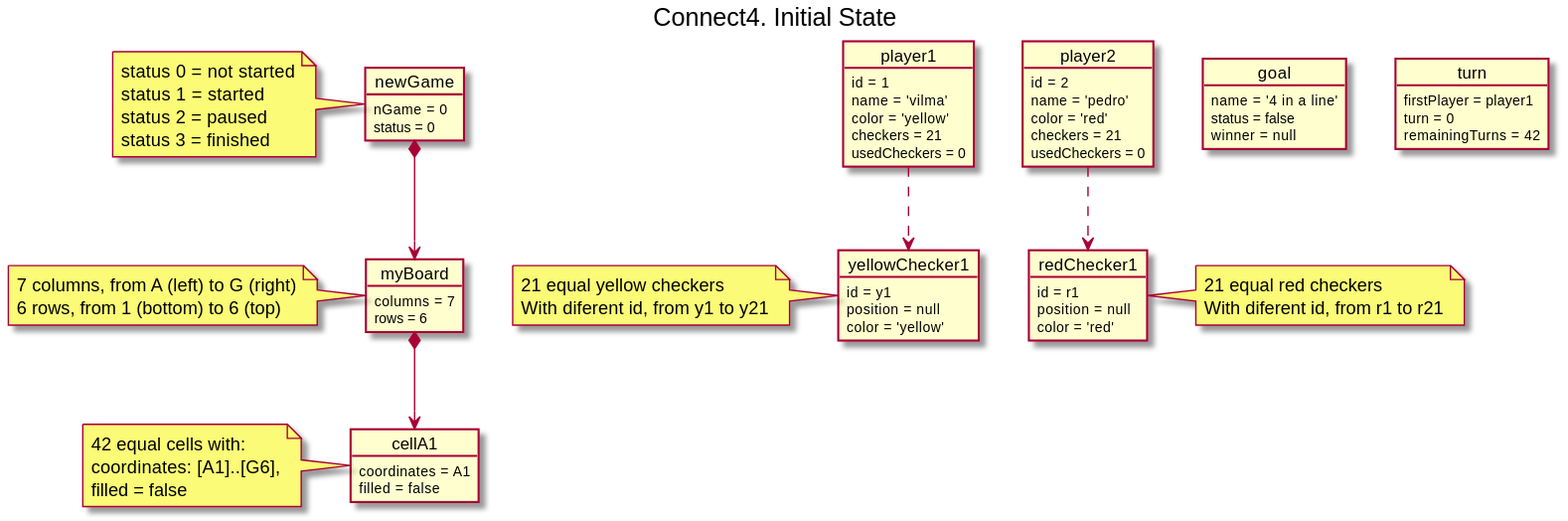
USantaTecla-ed-mpds/lab-boole keeps this PlantUML diagram as tech-plantuml/game-connect4/semanaActual/docs/images/connect4--initial-state.svg. Above is the earlier version.
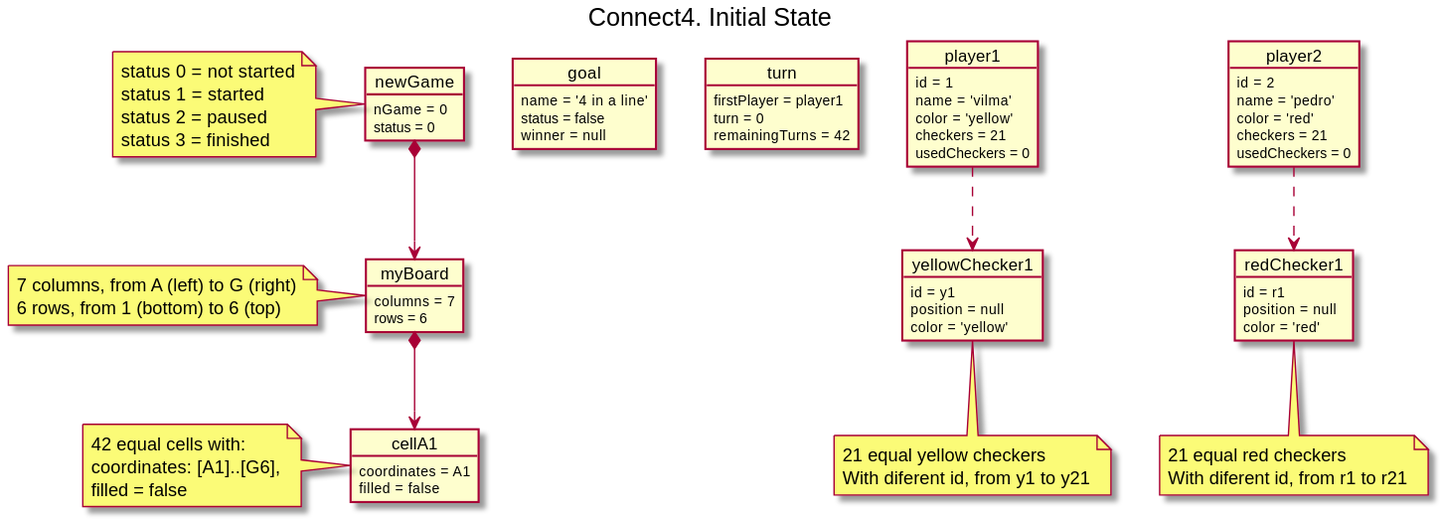
After the change.

The edit, as a diff of the source:
```diff
@@ -81,7 +81,7 @@
     color = 'yellow'
 }
 
-note left of yellowChecker1
+note bottom of yellowChecker1
     21 equal yellow checkers
     With diferent id, from y1 to y21
 end note
@@ -92,7 +92,7 @@
     color = 'red'
 }
 
-note right of redChecker1
+note bottom of redChecker1
     21 equal red checkers
     With diferent id, from r1 to r21
 end note
```
